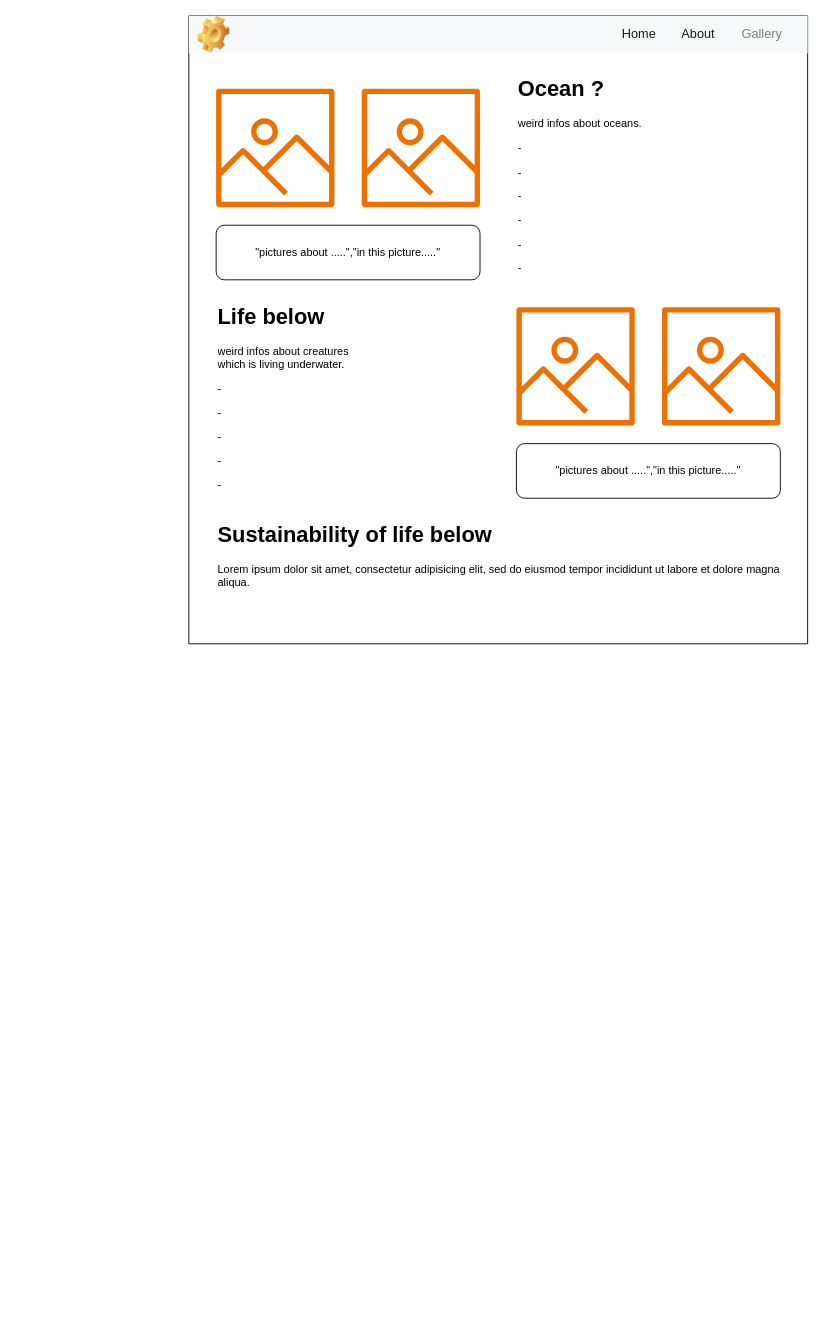
handeedaoz/WDD_GroupQ keeps this draw.io diagram as wireframes/aboutPage.drawio. Above is the earlier version. Source tidied: cells renumbered, new cells numbered last; positions are measured from the earlier drawing's top-left corner, leaving out a move shared by most shapes. Both pictures are drawn from the tidied source at 91%, with x=0, y=0 at pixel (188, 15).
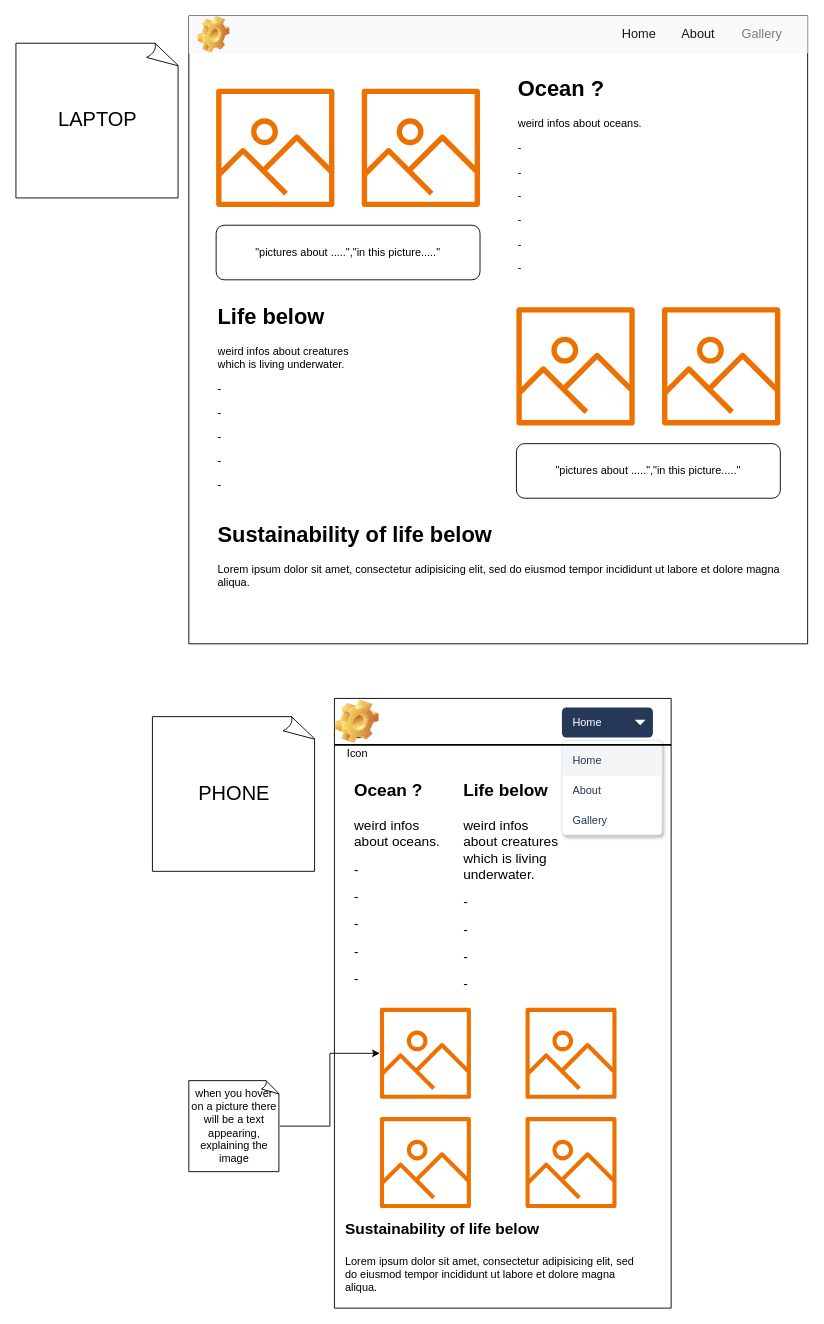
The same page after the edit.

Change to the diagram source:
```diff
@@
+    <mxCell id="18" style="swimlane;startSize=0;" parent="1" vertex="1">
+      <mxGeometry x="160" y="750" width="370" height="670" as="geometry" />
+    </mxCell>
+    <mxCell id="19" value="Home" style="rounded=1;fillColor=#253858;strokeColor=none;html=1;fontColor=#ffffff;align=left;fontSize=12;spacingLeft=10;" parent="18" vertex="1">
+      <mxGeometry x="250" y="10" width="100" height="33" as="geometry" />
+    </mxCell>
+    <mxCell id="20" style="shape=triangle;direction=south;fillColor=#ffffff;strokeColor=none;html=1;fontSize=20;" parent="19" vertex="1">
+      <mxGeometry x="1" y="0.5" width="12" height="6" relative="1" as="geometry">
+        <mxPoint x="-20" y="-3" as="offset" />
+      </mxGeometry>
+    </mxCell>
+    <mxCell id="21" style="rounded=1;fillColor=#ffffff;strokeColor=#DFE1E5;shadow=1;html=1;arcSize=4;hachureGap=4;fontFamily=Helvetica;fontSize=20;" parent="18" vertex="1">
+      <mxGeometry x="250" y="46" width="110" height="104" as="geometry" />
+    </mxCell>
+    <mxCell id="22" value="Home" style="rounded=0;fillColor=#F4F5F7;strokeColor=none;shadow=0;html=1;align=left;fontSize=12;spacingLeft=10;fontColor=#253858;" parent="21" vertex="1">
+      <mxGeometry width="110" height="33" relative="1" as="geometry">
+        <mxPoint y="6" as="offset" />
+      </mxGeometry>
+    </mxCell>
+    <mxCell id="23" value="About" style="rounded=0;fillColor=none;strokeColor=none;shadow=0;html=1;align=left;fontSize=12;spacingLeft=10;fontColor=#253858;" parent="21" vertex="1">
+      <mxGeometry width="110" height="33" relative="1" as="geometry">
+        <mxPoint y="39" as="offset" />
+      </mxGeometry>
+    </mxCell>
+    <mxCell id="24" value="Gallery" style="rounded=0;fillColor=none;strokeColor=none;shadow=0;html=1;align=left;fontSize=12;spacingLeft=10;fontColor=#253858;" parent="21" vertex="1">
+      <mxGeometry width="110" height="33" relative="1" as="geometry">
+        <mxPoint y="72" as="offset" />
+      </mxGeometry>
+    </mxCell>
+    <mxCell id="25" value="Icon" style="icon;html=1;image=img/clipart/Gear_128x128.png;" parent="18" vertex="1">
+      <mxGeometry x="20" y="8" width="10" height="35" as="geometry" />
+    </mxCell>
+    <mxCell id="26" style="line;strokeWidth=2;html=1;" parent="18" vertex="1">
+      <mxGeometry y="46" width="370" height="10" as="geometry" />
+    </mxCell>
+    <mxCell id="27" value="&lt;h1 style=&quot;margin-top: 0px;&quot;&gt;&lt;font style=&quot;font-size: 19px;&quot;&gt;Ocean ?&amp;nbsp;&lt;/font&gt;&lt;/h1&gt;&lt;p&gt;&lt;font style=&quot;font-size: 15px;&quot;&gt;weird infos about oceans.&lt;/font&gt;&lt;/p&gt;&lt;p&gt;&lt;font style=&quot;font-size: 15px;&quot;&gt;-&lt;/font&gt;&lt;/p&gt;&lt;p&gt;&lt;font style=&quot;font-size: 15px;&quot;&gt;-&lt;/font&gt;&lt;/p&gt;&lt;p&gt;&lt;font style=&quot;font-size: 15px;&quot;&gt;-&lt;/font&gt;&lt;/p&gt;&lt;p&gt;&lt;font style=&quot;font-size: 15px;&quot;&gt;-&lt;/font&gt;&lt;/p&gt;&lt;p&gt;&lt;font style=&quot;font-size: 15px;&quot;&gt;-&lt;/font&gt;&lt;/p&gt;&lt;p&gt;&lt;br&gt;&lt;/p&gt;" style="text;html=1;whiteSpace=wrap;overflow=hidden;rounded=0;" parent="18" vertex="1">
+      <mxGeometry x="20" y="79" width="110" height="241" as="geometry" />
+    </mxCell>
+    <mxCell id="28" value="&lt;h1 style=&quot;margin-top: 0px;&quot;&gt;&lt;font style=&quot;font-size: 19px;&quot;&gt;Life below&lt;/font&gt;&lt;/h1&gt;&lt;p&gt;&lt;font style=&quot;font-size: 15px;&quot;&gt;weird infos about creatures which is living underwater.&lt;/font&gt;&lt;/p&gt;&lt;p&gt;&lt;font style=&quot;font-size: 15px;&quot;&gt;-&lt;/font&gt;&lt;/p&gt;&lt;p&gt;&lt;font style=&quot;font-size: 15px;&quot;&gt;-&lt;/font&gt;&lt;/p&gt;&lt;p&gt;&lt;font style=&quot;font-size: 15px;&quot;&gt;-&lt;/font&gt;&lt;/p&gt;&lt;p&gt;&lt;font style=&quot;font-size: 15px;&quot;&gt;-&lt;/font&gt;&lt;/p&gt;" style="text;html=1;whiteSpace=wrap;overflow=hidden;rounded=0;" parent="18" vertex="1">
+      <mxGeometry x="140" y="79" width="110" height="251" as="geometry" />
+    </mxCell>
+    <mxCell id="29" style="sketch=0;outlineConnect=0;fontColor=#232F3E;gradientColor=none;fillColor=#ED7100;strokeColor=none;dashed=0;verticalLabelPosition=bottom;verticalAlign=top;align=center;html=1;fontSize=12;fontStyle=0;shape=mxgraph.aws4.container_registry_image;" parent="18" vertex="1">
+      <mxGeometry x="50" y="340" width="100" height="100" as="geometry" />
+    </mxCell>
+    <mxCell id="30" style="sketch=0;fontColor=#232F3E;gradientColor=none;fillColor=#ED7100;strokeColor=none;dashed=0;verticalLabelPosition=bottom;verticalAlign=top;align=center;html=1;fontSize=12;fontStyle=0;shape=mxgraph.aws4.container_registry_image;" parent="18" vertex="1">
+      <mxGeometry x="50" y="460" width="100" height="100" as="geometry" />
+    </mxCell>
+    <mxCell id="31" value="&lt;h1 style=&quot;margin-top: 0px;&quot;&gt;&lt;font style=&quot;font-size: 17px;&quot;&gt;Sustainability of life below&lt;/font&gt;&lt;/h1&gt;&lt;p&gt;Lorem ipsum dolor sit amet, consectetur adipisicing elit, sed do eiusmod tempor incididunt ut labore et dolore magna aliqua.&lt;/p&gt;" style="text;html=1;whiteSpace=wrap;overflow=hidden;rounded=0;" parent="18" vertex="1">
+      <mxGeometry x="10" y="560" width="320" height="100" as="geometry" />
+    </mxCell>
+    <mxCell id="32" style="sketch=0;fontColor=#232F3E;gradientColor=none;fillColor=#ED7100;strokeColor=none;dashed=0;verticalLabelPosition=bottom;verticalAlign=top;align=center;html=1;fontSize=12;fontStyle=0;shape=mxgraph.aws4.container_registry_image;" parent="18" vertex="1">
+      <mxGeometry x="210" y="340" width="100" height="100" as="geometry" />
+    </mxCell>
+    <mxCell id="33" style="sketch=0;fontColor=#232F3E;gradientColor=none;fillColor=#ED7100;strokeColor=none;dashed=0;verticalLabelPosition=bottom;verticalAlign=top;align=center;html=1;fontSize=12;fontStyle=0;shape=mxgraph.aws4.container_registry_image;" parent="18" vertex="1">
+      <mxGeometry x="210" y="460" width="100" height="100" as="geometry" />
+    </mxCell>
+    <mxCell id="34" style="edgeStyle=orthogonalEdgeStyle;rounded=0;jettySize=auto;html=1;exitX=1;exitY=0.5;exitDx=0;exitDy=0;exitPerimeter=0;" parent="1" edge="1" source="35" target="29">
+      <mxGeometry relative="1" as="geometry" />
+    </mxCell>
+    <mxCell id="35" value="when you hover on a picture there will be a text appearing, explaining the image" style="whiteSpace=wrap;html=1;shape=mxgraph.basic.document;" parent="1" vertex="1">
+      <mxGeometry y="1170" width="100" height="100" as="geometry" />
+    </mxCell>
+    <mxCell id="36" value="&lt;font style=&quot;font-size: 22px;&quot;&gt;LAPTOP&lt;/font&gt;" style="whiteSpace=wrap;html=1;shape=mxgraph.basic.document;" parent="1" vertex="1">
+      <mxGeometry x="-190" y="30" width="180" height="170" as="geometry" />
+    </mxCell>
+    <mxCell id="37" value="&lt;span style=&quot;font-size: 22px;&quot;&gt;PHONE&lt;/span&gt;" style="whiteSpace=wrap;html=1;shape=mxgraph.basic.document;" parent="1" vertex="1">
+      <mxGeometry x="-40" y="770" width="180" height="170" as="geometry" />
+    </mxCell>
```
